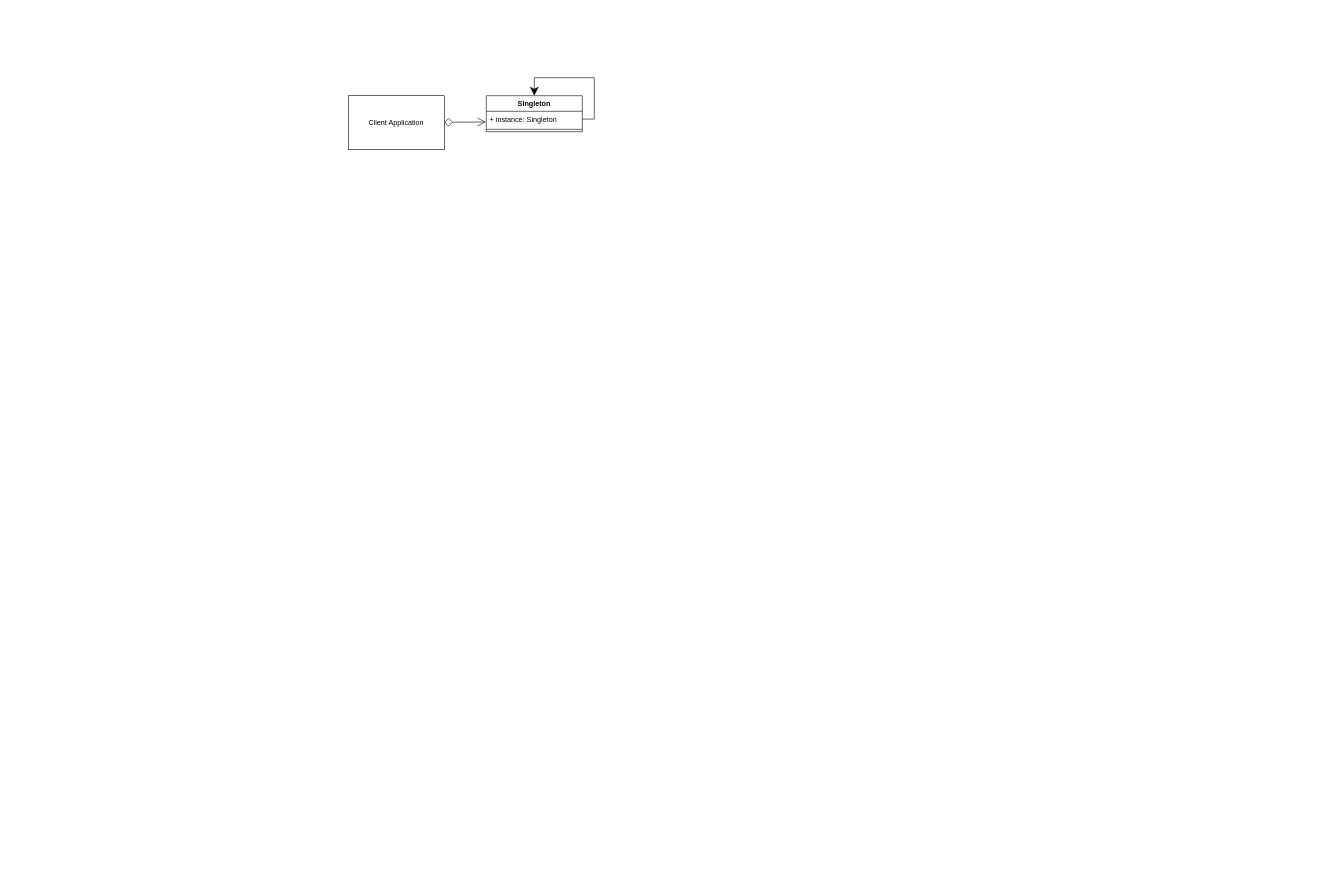
Earlier version of the draw.io diagram page "Singleton 单例模式" (5 of 5) of Design-Patterns-in-TypeScript/Createtional创建型.drawio (bigbigbig2/mind-map). Source tidied: cells renumbered, new cells numbered last; positions are measured from the earlier drawing's top-left corner, leaving out a move shared by most shapes. Both pictures are drawn from the tidied source at 60%, with x=0, y=0 at pixel (348, 77).
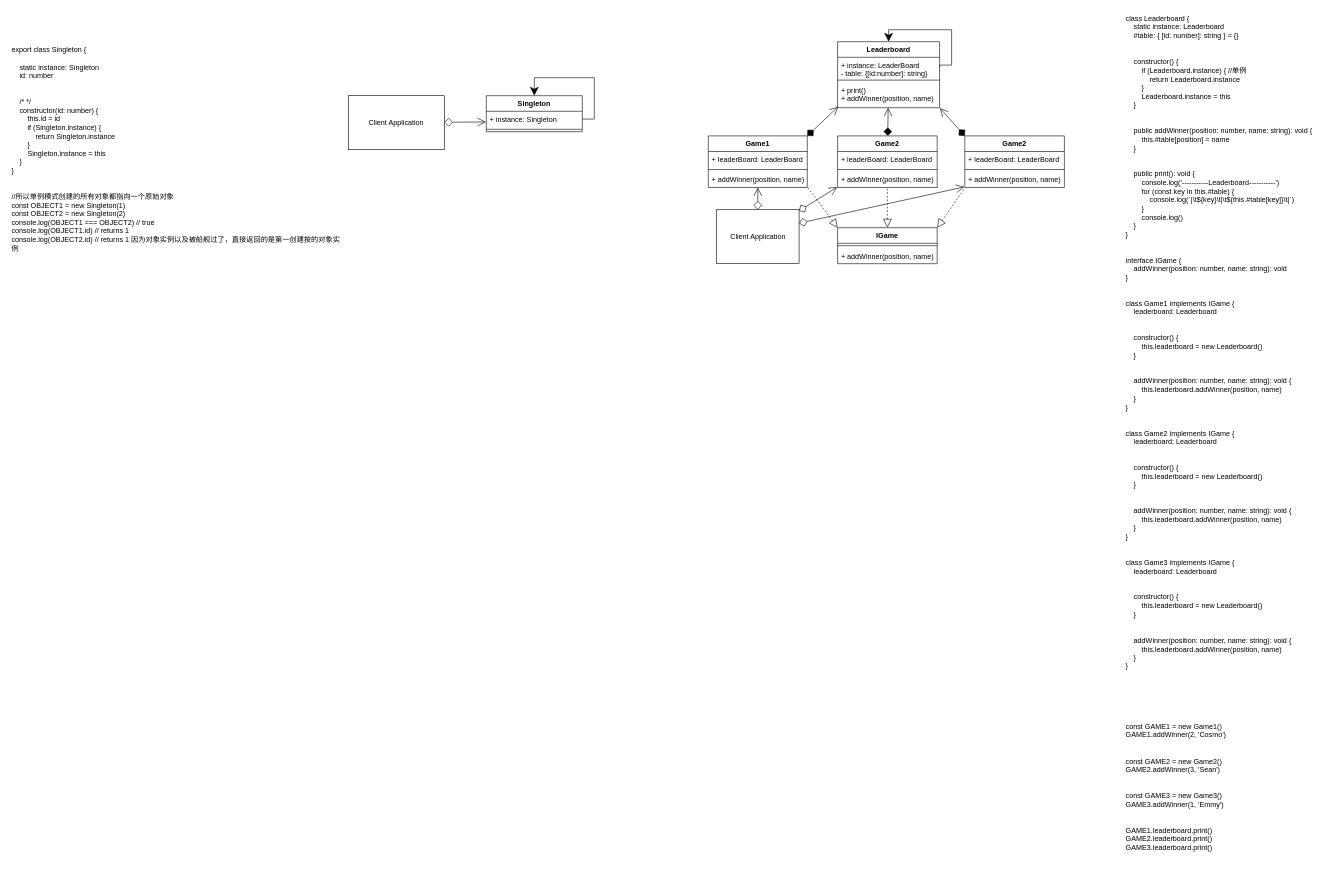
Above is the later version.

Commit message:
更新Createtional创建型.drawio

What changed in the source:
```diff
@@
+    <mxCell id="8" value="Client Application" style="rounded=0;whiteSpace=wrap;html=1;" parent="1" vertex="1">
+      <mxGeometry x="613.8" y="220" width="137.5" height="90" as="geometry" />
+    </mxCell>
+    <mxCell id="9" value="Leaderboard" style="swimlane;fontStyle=1;align=center;verticalAlign=top;horizontal=1;startSize=26;" parent="1" vertex="1">
+      <mxGeometry x="815.5" y="-60" width="170" height="110" as="geometry" />
+    </mxCell>
+    <mxCell id="10" style="edgeStyle=orthogonalEdgeStyle;rounded=0;jettySize=auto;html=1;exitX=1;exitY=0.5;exitDx=0;exitDy=0;endSize=12;" parent="9" edge="1" source="11" target="9">
+      <mxGeometry relative="1" as="geometry">
+        <Array as="points">
+          <mxPoint x="170" y="39" />
+          <mxPoint x="190" y="39" />
+          <mxPoint x="190" y="-20" />
+          <mxPoint x="85" y="-20" />
+        </Array>
+      </mxGeometry>
+    </mxCell>
+    <mxCell id="11" value="+ instance: LeaderBoard&#10;- table: {[id:number]: string}" style="text;strokeColor=none;fillColor=none;align=left;verticalAlign=top;spacingLeft=4;spacingRight=4;overflow=hidden;points=[[0,0.5],[1,0.5]];portConstraint=eastwest;" parent="9" vertex="1">
+      <mxGeometry y="26" width="170" height="34" as="geometry" />
+    </mxCell>
+    <mxCell id="12" style="line;strokeWidth=1;fillColor=none;align=left;verticalAlign=middle;spacingTop=-1;spacingLeft=3;spacingRight=3;labelPosition=right;" parent="9" vertex="1">
+      <mxGeometry y="60" width="170" height="8" as="geometry" />
+    </mxCell>
+    <mxCell id="13" value="+ print()&#10;+ addWinner(position, name)" style="text;strokeColor=none;fillColor=none;align=left;verticalAlign=top;spacingLeft=4;spacingRight=4;overflow=hidden;points=[[0,0.5],[1,0.5]];portConstraint=eastwest;" parent="9" vertex="1">
+      <mxGeometry y="68" width="170" height="42" as="geometry" />
+    </mxCell>
+    <mxCell id="14" style="endArrow=diamond;endFill=0;endSize=12;html=1;startArrow=open;startFill=0;startSize=12;" parent="1" edge="1" source="26" target="8">
+      <mxGeometry relative="1" as="geometry" />
+    </mxCell>
+    <mxCell id="15" style="endArrow=diamond;endFill=0;endSize=12;html=1;startArrow=open;startFill=0;startSize=12;exitX=-0.003;exitY=0.969;exitDx=0;exitDy=0;exitPerimeter=0;" parent="1" edge="1" source="33" target="8">
+      <mxGeometry relative="1" as="geometry" />
+    </mxCell>
+    <mxCell id="16" style="endArrow=diamond;endFill=0;endSize=12;html=1;startArrow=open;startFill=0;startSize=12;exitX=-0.004;exitY=0.96;exitDx=0;exitDy=0;exitPerimeter=0;entryX=1;entryY=0.25;entryDx=0;entryDy=0;" parent="1" edge="1" source="37" target="8">
+      <mxGeometry relative="1" as="geometry" />
+    </mxCell>
+    <mxCell id="17" value="IGame" style="swimlane;fontStyle=1;align=center;verticalAlign=top;horizontal=1;startSize=26;" parent="1" vertex="1">
+      <mxGeometry x="815.5" y="250" width="166" height="60" as="geometry" />
+    </mxCell>
+    <mxCell id="18" style="line;strokeWidth=1;fillColor=none;align=left;verticalAlign=middle;spacingTop=-1;spacingLeft=3;spacingRight=3;labelPosition=right;" parent="17" vertex="1">
+      <mxGeometry y="26" width="166" height="8" as="geometry" />
+    </mxCell>
+    <mxCell id="19" value="+ addWinner(position, name)" style="text;strokeColor=none;fillColor=none;align=left;verticalAlign=top;spacingLeft=4;spacingRight=4;overflow=hidden;" parent="17" vertex="1">
+      <mxGeometry y="34" width="166" height="26" as="geometry" />
+    </mxCell>
+    <mxCell id="20" style="endArrow=diamond;endFill=1;endSize=12;html=1;startArrow=open;startFill=0;startSize=12;exitX=0.005;exitY=0.962;exitDx=0;exitDy=0;exitPerimeter=0;entryX=1;entryY=0;entryDx=0;entryDy=0;" parent="1" edge="1" source="13" target="26">
+      <mxGeometry relative="1" as="geometry" />
+    </mxCell>
+    <mxCell id="21" style="endArrow=diamond;endFill=1;endSize=12;html=1;startArrow=open;startFill=0;startSize=12;" parent="1" edge="1" source="9" target="30">
+      <mxGeometry relative="1" as="geometry" />
+    </mxCell>
+    <mxCell id="22" style="endArrow=diamond;endFill=1;endSize=12;html=1;startArrow=open;startFill=0;startSize=12;exitX=1.003;exitY=1.015;exitDx=0;exitDy=0;exitPerimeter=0;entryX=0;entryY=0;entryDx=0;entryDy=0;" parent="1" edge="1" source="13" target="34">
+      <mxGeometry relative="1" as="geometry" />
+    </mxCell>
+    <mxCell id="23" style="endArrow=none;endFill=0;endSize=12;html=1;startArrow=block;startFill=0;startSize=12;dashed=1;exitX=0;exitY=0;exitDx=0;exitDy=0;entryX=0.999;entryY=0.96;entryDx=0;entryDy=0;entryPerimeter=0;" parent="1" edge="1" source="17" target="29">
+      <mxGeometry relative="1" as="geometry" />
+    </mxCell>
+    <mxCell id="24" style="endArrow=none;endFill=0;endSize=12;html=1;startArrow=block;startFill=0;startSize=12;dashed=1;" parent="1" edge="1" source="17" target="30">
+      <mxGeometry relative="1" as="geometry" />
+    </mxCell>
+    <mxCell id="25" style="endArrow=none;endFill=0;endSize=12;html=1;startArrow=block;startFill=0;startSize=12;dashed=1;exitX=1;exitY=0;exitDx=0;exitDy=0;entryX=0;entryY=1.04;entryDx=0;entryDy=0;entryPerimeter=0;" parent="1" edge="1" source="17" target="37">
+      <mxGeometry relative="1" as="geometry" />
+    </mxCell>
+    <mxCell id="26" value="Game1" style="swimlane;fontStyle=1;align=center;verticalAlign=top;horizontal=1;startSize=26;fontSize=12;" parent="1" vertex="1">
+      <mxGeometry x="600" y="97" width="165" height="86" as="geometry" />
+    </mxCell>
+    <mxCell id="27" value="+ leaderBoard: LeaderBoard" style="text;strokeColor=none;fillColor=none;align=left;verticalAlign=top;spacingLeft=4;spacingRight=4;overflow=hidden;fontSize=12;" parent="26" vertex="1">
+      <mxGeometry y="26" width="165" height="26" as="geometry" />
+    </mxCell>
+    <mxCell id="28" style="line;strokeWidth=1;fillColor=none;align=left;verticalAlign=middle;spacingTop=-1;spacingLeft=3;spacingRight=3;labelPosition=right;" parent="26" vertex="1">
+      <mxGeometry y="52" width="165" height="8" as="geometry" />
+    </mxCell>
+    <mxCell id="29" value="+ addWinner(position, name)" style="text;strokeColor=none;fillColor=none;align=left;verticalAlign=top;spacingLeft=4;spacingRight=4;overflow=hidden;points=[[0,0.5],[1,0.5]];portConstraint=eastwest;" parent="26" vertex="1">
+      <mxGeometry y="60" width="165" height="26" as="geometry" />
+    </mxCell>
+    <mxCell id="30" value="Game2" style="swimlane;fontStyle=1;align=center;verticalAlign=top;horizontal=1;startSize=26;fontSize=12;" parent="1" vertex="1">
+      <mxGeometry x="815.5" y="97" width="166" height="86" as="geometry" />
+    </mxCell>
+    <mxCell id="31" value="+ leaderBoard: LeaderBoard" style="text;strokeColor=none;fillColor=none;align=left;verticalAlign=top;spacingLeft=4;spacingRight=4;overflow=hidden;fontSize=12;" parent="30" vertex="1">
+      <mxGeometry y="26" width="166" height="26" as="geometry" />
+    </mxCell>
+    <mxCell id="32" style="line;strokeWidth=1;fillColor=none;align=left;verticalAlign=middle;spacingTop=-1;spacingLeft=3;spacingRight=3;labelPosition=right;" parent="30" vertex="1">
+      <mxGeometry y="52" width="166" height="8" as="geometry" />
+    </mxCell>
+    <mxCell id="33" value="+ addWinner(position, name)" style="text;strokeColor=none;fillColor=none;align=left;verticalAlign=top;spacingLeft=4;spacingRight=4;overflow=hidden;points=[[0,0.5],[1,0.5]];portConstraint=eastwest;" parent="30" vertex="1">
+      <mxGeometry y="60" width="166" height="26" as="geometry" />
+    </mxCell>
+    <mxCell id="34" value="Game2" style="swimlane;fontStyle=1;align=center;verticalAlign=top;horizontal=1;startSize=26;fontSize=12;" parent="1" vertex="1">
+      <mxGeometry x="1027.5" y="97" width="166" height="86" as="geometry" />
+    </mxCell>
+    <mxCell id="35" value="+ leaderBoard: LeaderBoard" style="text;strokeColor=none;fillColor=none;align=left;verticalAlign=top;spacingLeft=4;spacingRight=4;overflow=hidden;fontSize=12;" parent="34" vertex="1">
+      <mxGeometry y="26" width="166" height="26" as="geometry" />
+    </mxCell>
+    <mxCell id="36" style="line;strokeWidth=1;fillColor=none;align=left;verticalAlign=middle;spacingTop=-1;spacingLeft=3;spacingRight=3;labelPosition=right;" parent="34" vertex="1">
+      <mxGeometry y="52" width="166" height="8" as="geometry" />
+    </mxCell>
+    <mxCell id="37" value="+ addWinner(position, name)" style="text;strokeColor=none;fillColor=none;align=left;verticalAlign=top;spacingLeft=4;spacingRight=4;overflow=hidden;points=[[0,0.5],[1,0.5]];portConstraint=eastwest;" parent="34" vertex="1">
+      <mxGeometry y="60" width="166" height="26" as="geometry" />
+    </mxCell>
+    <mxCell id="38" value="export class Singleton {&#10;    &#10;    static instance: Singleton&#10;    id: number&#10;&#10;&#10;    /* */&#10;    constructor(id: number) {&#10;        this.id = id&#10;        if (Singleton.instance) {&#10;            return Singleton.instance&#10;        }&#10;        Singleton.instance = this&#10;    }&#10;}&#10;&#10;&#10;//所以单例模式创建的所有对象都指向一个原始对象&#10;const OBJECT1 = new Singleton(1) &#10;const OBJECT2 = new Singleton(2) &#10;console.log(OBJECT1 === OBJECT2) // true&#10;console.log(OBJECT1.id) // returns 1&#10;console.log(OBJECT2.id) // returns 1 因为对象实例以及被船舰过了，直接返回的是第一创建按的对象实例" style="text;whiteSpace=wrap;html=1;" parent="1" vertex="1">
+      <mxGeometry x="-563" y="-60" width="550" height="367" as="geometry" />
+    </mxCell>
+    <mxCell id="39" value="class Leaderboard {&#10;    static instance: Leaderboard&#10;    #table: { [id: number]: string } = {}&#10;&#10;&#10;    constructor() {&#10;        if (Leaderboard.instance) { //单例&#10;            return Leaderboard.instance&#10;        }&#10;        Leaderboard.instance = this&#10;    }&#10;&#10;&#10;    public addWinner(position: number, name: string): void {&#10;        this.#table[position] = name&#10;    }&#10;&#10;&#10;    public print(): void {&#10;        console.log('-----------Leaderboard-----------')&#10;        for (const key in this.#table) {&#10;            console.log(`|\t${key}\t|\t${this.#table[key]}\t|`)&#10;        }&#10;        console.log()&#10;    }&#10;}&#10;&#10;&#10;interface IGame {&#10;    addWinner(position: number, name: string): void&#10;}&#10;&#10;&#10;class Game1 implements IGame {&#10;    leaderboard: Leaderboard&#10;&#10;&#10;    constructor() {&#10;        this.leaderboard = new Leaderboard()&#10;    }&#10;&#10;&#10;    addWinner(position: number, name: string): void {&#10;        this.leaderboard.addWinner(position, name)&#10;    }&#10;}&#10;&#10;&#10;class Game2 implements IGame {&#10;    leaderboard: Leaderboard&#10;&#10;&#10;    constructor() {&#10;        this.leaderboard = new Leaderboard()&#10;    }&#10;&#10;&#10;    addWinner(position: number, name: string): void {&#10;        this.leaderboard.addWinner(position, name)&#10;    }&#10;}&#10;&#10;&#10;class Game3 implements IGame {&#10;    leaderboard: Leaderboard&#10;&#10;&#10;    constructor() {&#10;        this.leaderboard = new Leaderboard()&#10;    }&#10;&#10;&#10;    addWinner(position: number, name: string): void {&#10;        this.leaderboard.addWinner(position, name)&#10;    }&#10;}&#10;&#10;&#10;&#10;&#10;&#10;&#10;const GAME1 = new Game1()&#10;GAME1.addWinner(2, 'Cosmo')&#10;&#10;&#10;const GAME2 = new Game2()&#10;GAME2.addWinner(3, 'Sean')&#10;&#10;&#10;const GAME3 = new Game3()&#10;GAME3.addWinner(1, 'Emmy')&#10;&#10;&#10;GAME1.leaderboard.print() &#10;GAME2.leaderboard.print()&#10;GAME3.leaderboard.print()" style="text;whiteSpace=wrap;html=1;" parent="1" vertex="1">
+      <mxGeometry x="1294" y="-112" width="339" height="1418" as="geometry" />
+    </mxCell>
```
